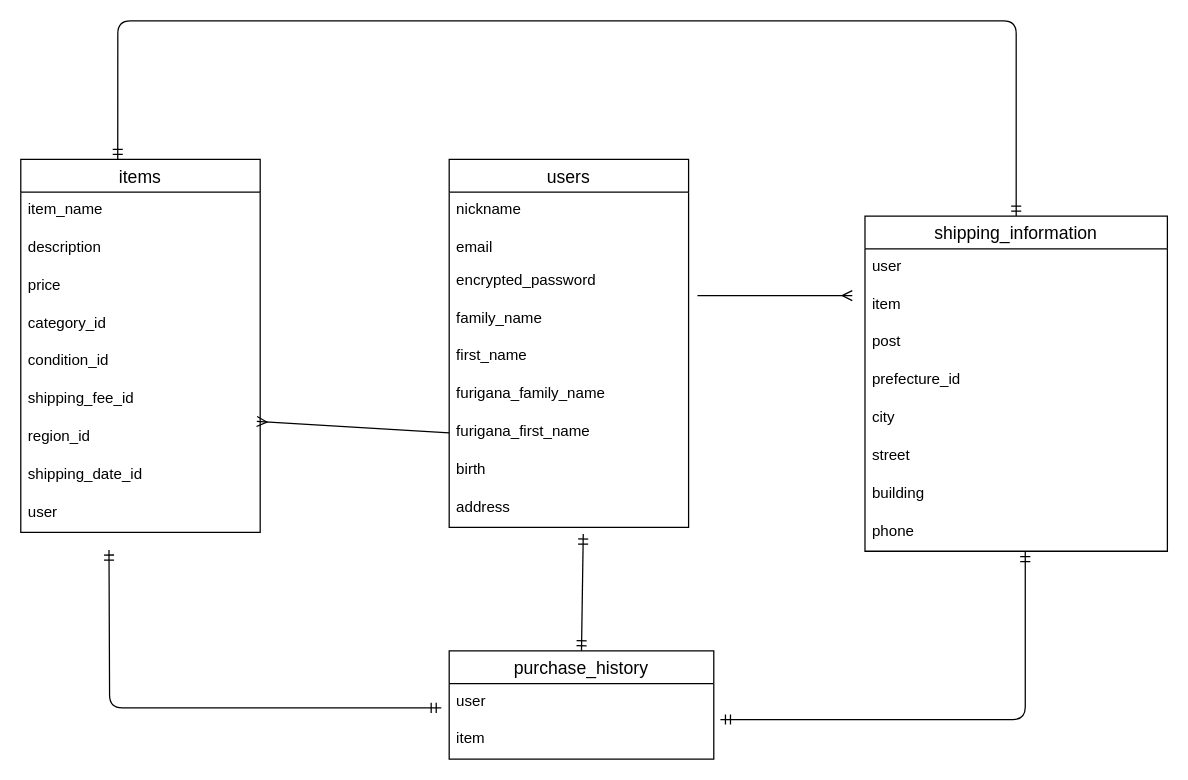
Before: test.dio in yamacode2013/furima-39750, a draw.io diagram. Source tidied: cells renumbered, new cells numbered last; positions are measured from the earlier drawing's top-left corner, leaving out a move shared by most shapes. Both pictures are drawn from the tidied source at 126%, with x=0, y=0 at pixel (20, 20).
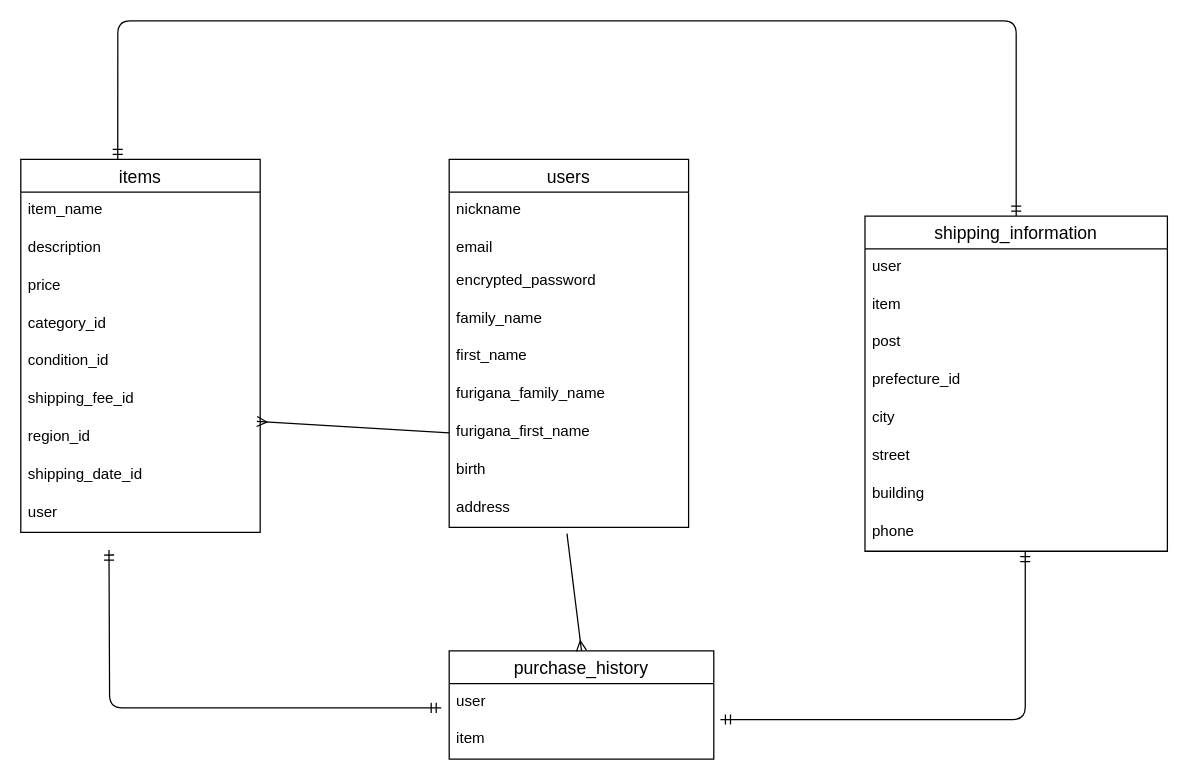
Above is the later version.

Commit message (it also covers changes not shown here):
DB設計の修正④

Unchanged cells that the change refers to:
```xml
<mxCell id="6" value="family_name" style="text;strokeColor=none;fillColor=none;spacingLeft=4;spacingRight=4;overflow=hidden;points=[[0,0.5],[1,0.5]];portConstraint=eastwest;fontSize=12;" parent="2" vertex="1">
  <mxGeometry y="112" width="190" height="30" as="geometry" />
</mxCell>
<mxCell id="11" value="address" style="text;strokeColor=none;fillColor=none;spacingLeft=4;spacingRight=4;overflow=hidden;points=[[0,0.5],[1,0.5]];portConstraint=eastwest;fontSize=12;" parent="2" vertex="1">
  <mxGeometry y="262" width="190" height="30" as="geometry" />
</mxCell>
<mxCell id="22" value="purchase_history" style="swimlane;fontStyle=0;horizontal=1;startSize=26;align=center;fontSize=14;" parent="1" vertex="1">
  <mxGeometry x="340" y="500" width="210" height="86" as="geometry" />
</mxCell>
<mxCell id="27" value="item" style="text;strokeColor=none;fillColor=none;spacingLeft=4;spacingRight=4;overflow=hidden;points=[[0,0.5],[1,0.5]];portConstraint=eastwest;fontSize=12;" parent="25" vertex="1">
  <mxGeometry y="56" width="240" height="30" as="geometry" />
</mxCell>
```

The edit, as a diff of the source:
```diff
@@
-    <mxCell id="35" style="fontSize=12;html=1;endArrow=ERmany;exitX=1.037;exitY=-0.13;exitDx=0;exitDy=0;exitPerimeter=0;entryX=-0.042;entryY=0.237;entryDx=0;entryDy=0;entryPerimeter=0;" parent="1" edge="1" source="6" target="27">
-      <mxGeometry relative="1" as="geometry" />
-    </mxCell>
@@
-    <mxCell id="37" style="fontSize=12;html=1;endArrow=ERmandOne;startArrow=ERmandOne;entryX=0.56;entryY=1.177;entryDx=0;entryDy=0;entryPerimeter=0;exitX=0.5;exitY=0;exitDx=0;exitDy=0;" parent="1" edge="1" source="22" target="11">
-      <mxGeometry relative="1" as="geometry" />
-    </mxCell>
@@
+    <mxCell id="40" style="fontSize=12;html=1;endArrow=ERmany;exitX=0.492;exitY=1.167;exitDx=0;exitDy=0;exitPerimeter=0;entryX=0.5;entryY=0;entryDx=0;entryDy=0;" parent="1" edge="1" source="11" target="22">
+      <mxGeometry relative="1" as="geometry" />
+    </mxCell>
```
